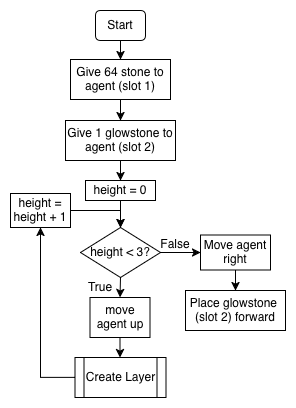
Above: tutorials/python-islands/island-7/tower_builder/images/flowchart.png in CausewayDigital/Minecraft-EE-MakeCode (draw.io), before the change. Source tidied: cells renumbered, new cells last; positions are measured from the earlier drawing's top-left corner, leaving out a move shared by most shapes.
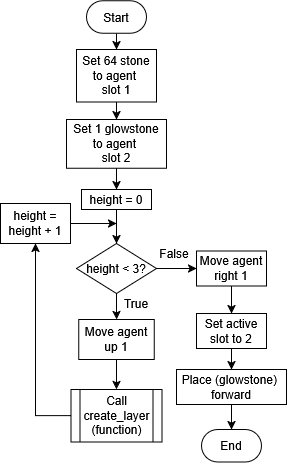
The same file after the commit.

Commit message:
Added end to tower builder vertical flowcharts

The edit, as a diff of the source:
```diff
@@ -2,78 +2,89 @@
   <root>
     <mxCell id="0" />
     <mxCell id="1" parent="0" />
-    <mxCell id="2" style="edgeStyle=orthogonalEdgeStyle;rounded=0;jettySize=auto;html=1;" parent="1" edge="1" source="3" target="5">
-      <mxGeometry relative="1" as="geometry" />
-    </mxCell>
-    <mxCell id="3" value="Start" style="rounded=1;whiteSpace=wrap;html=1;" parent="1" vertex="1">
-      <mxGeometry x="85" width="50" height="30" as="geometry" />
-    </mxCell>
-    <mxCell id="4" style="edgeStyle=orthogonalEdgeStyle;rounded=0;jettySize=auto;html=1;" parent="1" edge="1" source="5" target="7">
+    <mxCell id="4" style="edgeStyle=orthogonalEdgeStyle;rounded=0;jettySize=auto;html=1;exitX=0.5;exitY=1;exitDx=0;exitDy=0;entryX=0.5;entryY=0;entryDx=0;entryDy=0;" parent="1" edge="1" source="5" target="7">
       <mxGeometry relative="1" as="geometry" />
     </mxCell>
-    <mxCell id="5" value="Give 64 stone to agent (slot 1)" style="rounded=0;whiteSpace=wrap;html=1;" parent="1" vertex="1">
-      <mxGeometry x="60" y="49" width="100" height="40" as="geometry" />
+    <mxCell id="5" value="Set 64 stone to agent&amp;nbsp;&lt;div&gt;slot 1&lt;/div&gt;" style="rounded=0;whiteSpace=wrap;html=1;" parent="1" vertex="1">
+      <mxGeometry x="-340" y="50" width="80" height="52.5" as="geometry" />
     </mxCell>
     <mxCell id="6" style="edgeStyle=orthogonalEdgeStyle;rounded=0;jettySize=auto;html=1;" parent="1" edge="1" source="7" target="9">
       <mxGeometry relative="1" as="geometry" />
     </mxCell>
-    <mxCell id="7" value="Give 1 glowstone to agent (slot 2)" style="rounded=0;whiteSpace=wrap;html=1;" parent="1" vertex="1">
-      <mxGeometry x="55" y="110" width="110" height="40" as="geometry" />
+    <mxCell id="7" value="Set 1 glowstone to agent&amp;nbsp;&lt;div&gt;slot 2&lt;/div&gt;" style="rounded=0;whiteSpace=wrap;html=1;" parent="1" vertex="1">
+      <mxGeometry x="-350" y="120" width="100" height="48.8" as="geometry" />
     </mxCell>
-    <mxCell id="8" style="edgeStyle=orthogonalEdgeStyle;rounded=0;jettySize=auto;html=1;" parent="1" edge="1" source="9" target="24">
+    <mxCell id="8" style="edgeStyle=orthogonalEdgeStyle;rounded=0;jettySize=auto;html=1;entryX=0.5;entryY=0;entryDx=0;entryDy=0;" parent="1" edge="1" source="9" target="24">
       <mxGeometry relative="1" as="geometry" />
     </mxCell>
     <mxCell id="9" value="height = 0" style="rounded=0;whiteSpace=wrap;html=1;" parent="1" vertex="1">
-      <mxGeometry x="75" y="170" width="70" height="20" as="geometry" />
+      <mxGeometry x="-335" y="190" width="70" height="20" as="geometry" />
     </mxCell>
-    <mxCell id="10" style="edgeStyle=orthogonalEdgeStyle;rounded=0;jettySize=auto;html=1;entryX=0.5;entryY=0;entryDx=0;entryDy=0;" parent="1" edge="1" source="11" target="24">
-      <mxGeometry relative="1" as="geometry">
-        <Array as="points">
-          <mxPoint x="110" y="200" />
-        </Array>
-      </mxGeometry>
-    </mxCell>
+    <mxCell id="22" style="edgeStyle=orthogonalEdgeStyle;rounded=0;jettySize=auto;html=1;" parent="1" edge="1" source="24" target="15">
+      <mxGeometry relative="1" as="geometry" />
+    </mxCell>
+    <mxCell id="23" style="edgeStyle=orthogonalEdgeStyle;rounded=0;jettySize=auto;html=1;entryX=0;entryY=0.5;entryDx=0;entryDy=0;" parent="1" edge="1" source="24" target="17">
+      <mxGeometry relative="1" as="geometry" />
+    </mxCell>
+    <mxCell id="24" value="height &amp;lt; 3?" style="rhombus;whiteSpace=wrap;html=1;" parent="1" vertex="1">
+      <mxGeometry x="-340" y="244" width="80" height="50" as="geometry" />
+    </mxCell>
+    <mxCell id="25" style="edgeStyle=orthogonalEdgeStyle;rounded=0;jettySize=auto;html=1;" parent="1" edge="1" source="11">
+      <mxGeometry relative="1" as="geometry">
+        <mxPoint x="-300" y="224" as="targetPoint" />
+      </mxGeometry>
+    </mxCell>
     <mxCell id="11" value="height = height + 1" style="rounded=0;whiteSpace=wrap;html=1;" parent="1" vertex="1">
-      <mxGeometry y="183" width="60" height="34" as="geometry" />
+      <mxGeometry x="-416" y="204" width="70" height="40" as="geometry" />
     </mxCell>
     <mxCell id="12" value="False" style="text;html=1;strokeColor=none;fillColor=none;align=center;verticalAlign=middle;whiteSpace=wrap;rounded=0;" parent="1" vertex="1">
-      <mxGeometry x="145" y="223.5" width="40" height="20" as="geometry" />
+      <mxGeometry x="-262.2" y="244" width="40" height="20" as="geometry" />
     </mxCell>
     <mxCell id="13" style="edgeStyle=orthogonalEdgeStyle;rounded=0;orthogonalLoop=1;jettySize=auto;html=1;exitX=0.5;exitY=1;exitDx=0;exitDy=0;" parent="1" edge="1" source="12" target="12">
       <mxGeometry relative="1" as="geometry" />
     </mxCell>
-    <mxCell id="14" style="edgeStyle=orthogonalEdgeStyle;rounded=0;jettySize=auto;html=1;" parent="1" edge="1" source="15" target="21">
+    <mxCell id="14" style="edgeStyle=orthogonalEdgeStyle;rounded=0;jettySize=auto;html=1;entryX=0.5;entryY=0;entryDx=0;entryDy=0;" parent="1" edge="1" source="15" target="21">
       <mxGeometry relative="1" as="geometry" />
     </mxCell>
-    <mxCell id="15" value="move agent up" style="rounded=0;whiteSpace=wrap;html=1;" parent="1" vertex="1">
-      <mxGeometry x="79.5" y="287" width="60" height="40" as="geometry" />
+    <mxCell id="15" value="Move agent up 1" style="rounded=0;whiteSpace=wrap;html=1;" parent="1" vertex="1">
+      <mxGeometry x="-337.8" y="320" width="75.5" height="40" as="geometry" />
     </mxCell>
-    <mxCell id="16" style="edgeStyle=orthogonalEdgeStyle;rounded=0;jettySize=auto;html=1;" parent="1" edge="1" source="17" target="18">
-      <mxGeometry relative="1" as="geometry" />
-    </mxCell>
+    <mxCell id="26" style="edgeStyle=orthogonalEdgeStyle;rounded=0;jettySize=auto;html=1;entryX=0.5;entryY=0;entryDx=0;entryDy=0;" parent="1" edge="1" source="17" target="29">
+      <mxGeometry relative="1" as="geometry" />
+    </mxCell>
-    <mxCell id="17" value="Move agent right" style="rounded=0;whiteSpace=wrap;html=1;" parent="1" vertex="1">
-      <mxGeometry x="190" y="224.5" width="70" height="35" as="geometry" />
+    <mxCell id="17" value="Move agent right 1" style="rounded=0;whiteSpace=wrap;html=1;" parent="1" vertex="1">
+      <mxGeometry x="-220" y="251.5" width="70" height="35" as="geometry" />
     </mxCell>
-    <mxCell id="18" value="&lt;div&gt;Place glowstone&amp;nbsp;&lt;/div&gt;&lt;div&gt;(slot 2) forward&lt;/div&gt;" style="rounded=0;whiteSpace=wrap;html=1;" parent="1" vertex="1">
-      <mxGeometry x="175" y="280" width="100" height="40" as="geometry" />
+    <mxCell id="18" value="&lt;div&gt;Place (glowstone)&amp;nbsp;&lt;/div&gt;&lt;div&gt;forward&lt;/div&gt;" style="rounded=0;whiteSpace=wrap;html=1;" parent="1" vertex="1">
+      <mxGeometry x="-240" y="370" width="110" height="35" as="geometry" />
     </mxCell>
     <mxCell id="19" value="True&lt;span style=&quot;color: rgba(0 , 0 , 0 , 0) ; font-family: monospace ; font-size: 0px&quot;&gt;%3CmxGraphModel%3E%3Croot%3E%3CmxCell%20id%3D%220%22%2F%3E%3CmxCell%20id%3D%221%22%20parent%3D%220%22%2F%3E%3CmxCell%20id%3D%222%22%20value%3D%22False%22%20style%3D%22text%3Bhtml%3D1%3BstrokeColor%3Dnone%3BfillColor%3Dnone%3Balign%3Dcenter%3BverticalAlign%3Dmiddle%3BwhiteSpace%3Dwrap%3Brounded%3D0%3B%22%20vertex%3D%221%22%20parent%3D%221%22%3E%3CmxGeometry%20x%3D%22260%22%20y%3D%22440%22%20width%3D%2240%22%20height%3D%2220%22%20as%3D%22geometry%22%2F%3E%3C%2FmxCell%3E%3C%2Froot%3E%3C%2FmxGraphModel%3E&lt;/span&gt;" style="text;html=1;strokeColor=none;fillColor=none;align=center;verticalAlign=middle;whiteSpace=wrap;rounded=0;" parent="1" vertex="1">
-      <mxGeometry x="70" y="267" width="40" height="20" as="geometry" />
+      <mxGeometry x="-300" y="294" width="40" height="20" as="geometry" />
     </mxCell>
     <mxCell id="20" style="edgeStyle=orthogonalEdgeStyle;rounded=0;jettySize=auto;html=1;entryX=0.5;entryY=1;entryDx=0;entryDy=0;" parent="1" edge="1" source="21" target="11">
       <mxGeometry relative="1" as="geometry" />
     </mxCell>
-    <mxCell id="21" value="Create Layer" style="shape=process;whiteSpace=wrap;html=1;backgroundOutline=1;" parent="1" vertex="1">
-      <mxGeometry x="64.5" y="347" width="91" height="40" as="geometry" />
+    <mxCell id="21" value="Call create_layer&lt;div&gt;(function)&lt;/div&gt;" style="shape=process;whiteSpace=wrap;html=1;backgroundOutline=1;" parent="1" vertex="1">
+      <mxGeometry x="-345.5" y="390" width="91" height="52.5" as="geometry" />
     </mxCell>
-    <mxCell id="22" style="edgeStyle=orthogonalEdgeStyle;rounded=0;jettySize=auto;html=1;exitX=0.5;exitY=1;exitDx=0;exitDy=0;entryX=0.5;entryY=0;entryDx=0;entryDy=0;" parent="1" edge="1" source="24" target="15">
-      <mxGeometry relative="1" as="geometry" />
-    </mxCell>
-    <mxCell id="23" style="edgeStyle=orthogonalEdgeStyle;rounded=0;jettySize=auto;html=1;" parent="1" edge="1" source="24" target="17">
-      <mxGeometry relative="1" as="geometry" />
-    </mxCell>
-    <mxCell id="24" value="height &amp;lt; 3?" style="rhombus;whiteSpace=wrap;html=1;" parent="1" vertex="1">
-      <mxGeometry x="70" y="217" width="80" height="50" as="geometry" />
-    </mxCell>
+    <mxCell id="27" value="End" style="html=1;dashed=0;whiteSpace=wrap;shape=mxgraph.dfd.start;" parent="1" vertex="1">
+      <mxGeometry x="-215" y="430" width="60" height="32.5" as="geometry" />
+    </mxCell>
+    <mxCell id="2" style="edgeStyle=orthogonalEdgeStyle;rounded=0;jettySize=auto;html=1;exitX=0.5;exitY=0.5;exitDx=0;exitDy=16.25;exitPerimeter=0;entryX=0.5;entryY=0;entryDx=0;entryDy=0;" parent="1" edge="1" source="3" target="5">
+      <mxGeometry relative="1" as="geometry" />
+    </mxCell>
+    <mxCell id="3" value="Start" style="html=1;dashed=0;whiteSpace=wrap;shape=mxgraph.dfd.start;" parent="1" vertex="1">
+      <mxGeometry x="-330" y="1.2" width="60" height="32.5" as="geometry" />
+    </mxCell>
+    <mxCell id="28" style="edgeStyle=orthogonalEdgeStyle;rounded=0;jettySize=auto;html=1;entryX=0.5;entryY=0;entryDx=0;entryDy=0;" parent="1" edge="1" source="29" target="18">
+      <mxGeometry relative="1" as="geometry" />
+    </mxCell>
+    <mxCell id="29" value="Set active slot to 2" style="rounded=0;whiteSpace=wrap;html=1;" parent="1" vertex="1">
+      <mxGeometry x="-220" y="314" width="70" height="35" as="geometry" />
+    </mxCell>
+    <mxCell id="30" style="edgeStyle=orthogonalEdgeStyle;rounded=0;jettySize=auto;html=1;entryX=0.5;entryY=0.5;entryDx=0;entryDy=-16.25;entryPerimeter=0;" parent="1" edge="1" source="18" target="27">
+      <mxGeometry relative="1" as="geometry" />
+    </mxCell>
+    <mxCell id="31" value="For loop" parent="0" />
   </root>
 </mxGraphModel>
```
